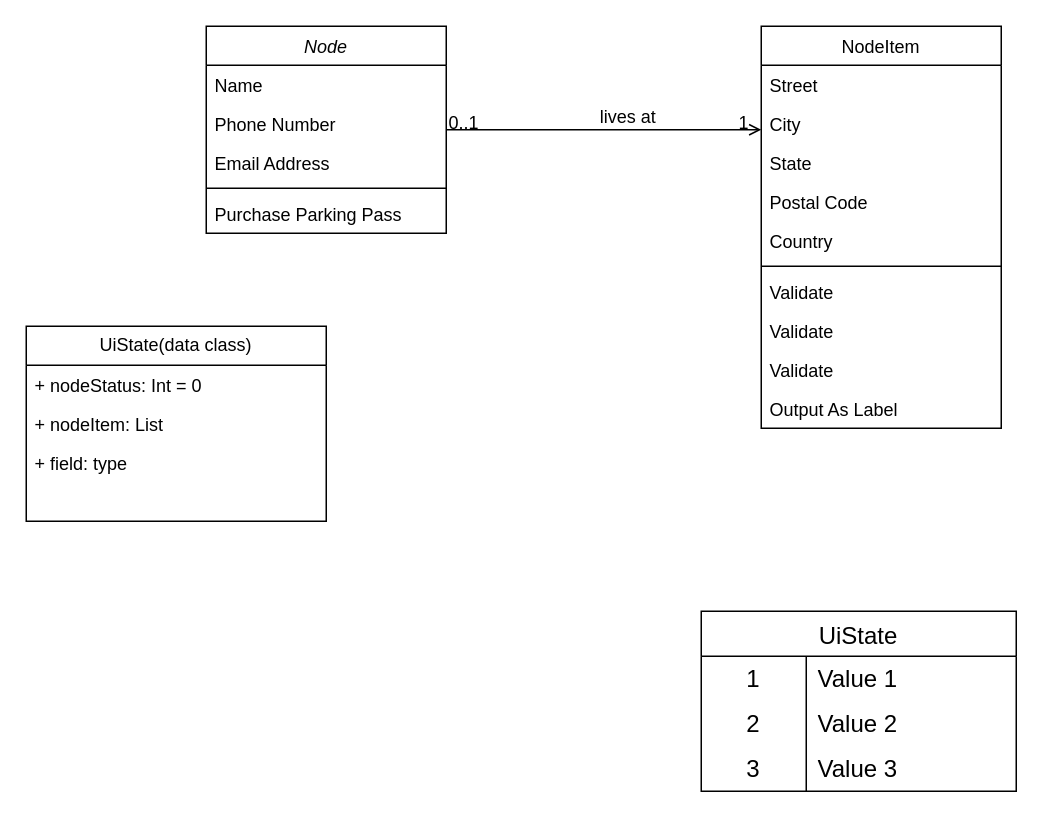
Earlier version of the draw.io diagram 名称未設定ファイル.drawio (yf-1229/PiNode). Source tidied: cells renumbered, new cells numbered last; positions are measured from the earlier drawing's top-left corner, leaving out a move shared by most shapes. Both pictures are drawn from the tidied source at 150%, with x=0, y=0 at pixel (26, 26).
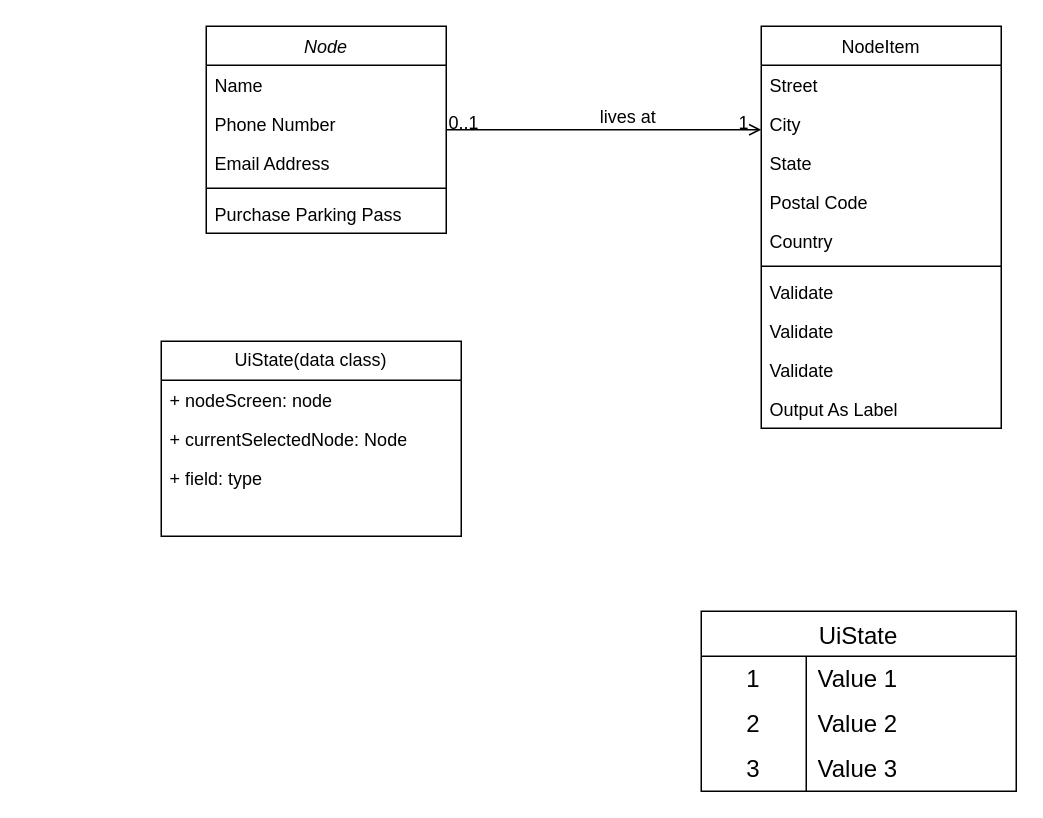
Above is the later version.

Commit message:
名称未設定ファイル.drawio を更新します

Diff of the diagram source:
```diff
@@
     <mxCell id="33" value="&lt;div&gt;UiState(data class)&lt;/div&gt;" style="swimlane;fontStyle=0;horizontal=1;startSize=26;fillColor=none;whiteSpace=wrap;html=1;" parent="1" vertex="1">
-      <mxGeometry y="200" width="200" height="130" as="geometry" />
+      <mxGeometry x="90" y="210" width="200" height="130" as="geometry" />
     </mxCell>
-    <mxCell id="34" value="+ nodeStatus: Int = 0" style="text;strokeColor=none;fillColor=none;align=left;verticalAlign=top;spacingLeft=4;spacingRight=4;overflow=hidden;whiteSpace=wrap;html=1;" parent="33" vertex="1">
+    <mxCell id="34" value="&lt;div&gt;+ nodeScreen: node&lt;/div&gt;&lt;div&gt;&lt;br&gt;&lt;/div&gt;" style="text;strokeColor=none;fillColor=none;align=left;verticalAlign=top;spacingLeft=4;spacingRight=4;overflow=hidden;whiteSpace=wrap;html=1;" parent="33" vertex="1">
       <mxGeometry y="26" width="200" height="26" as="geometry" />
     </mxCell>
-    <mxCell id="35" value="+ nodeItem: List" style="text;strokeColor=none;fillColor=none;align=left;verticalAlign=top;spacingLeft=4;spacingRight=4;overflow=hidden;whiteSpace=wrap;html=1;" parent="33" vertex="1">
+    <mxCell id="35" value="+ currentSelectedNode: Node" style="text;strokeColor=none;fillColor=none;align=left;verticalAlign=top;spacingLeft=4;spacingRight=4;overflow=hidden;whiteSpace=wrap;html=1;" parent="33" vertex="1">
       <mxGeometry y="52" width="200" height="26" as="geometry" />
     </mxCell>
```
